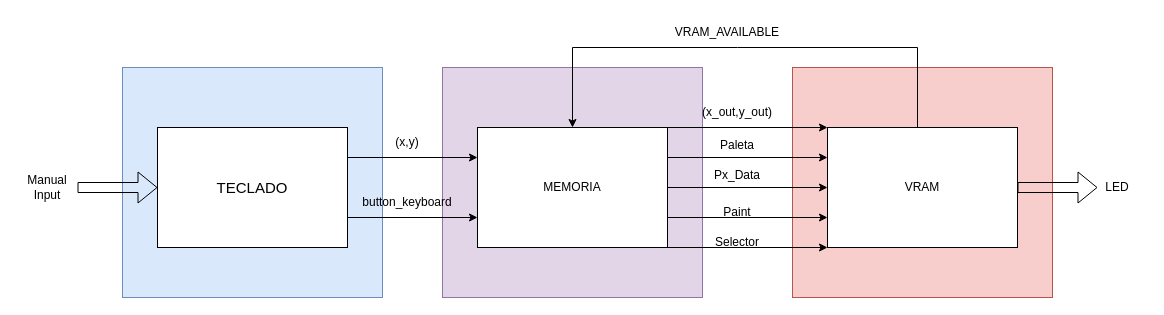
Earlier version of the draw.io diagram retro_paint/diagrams/distribucion.drawio (safehehe/PTSD1). Source tidied: cells renumbered, new cells numbered last; positions are measured from the earlier drawing's top-left corner, leaving out a move shared by most shapes. Both pictures are drawn from the tidied source at 100%, with x=0, y=0 at pixel (17, 17).
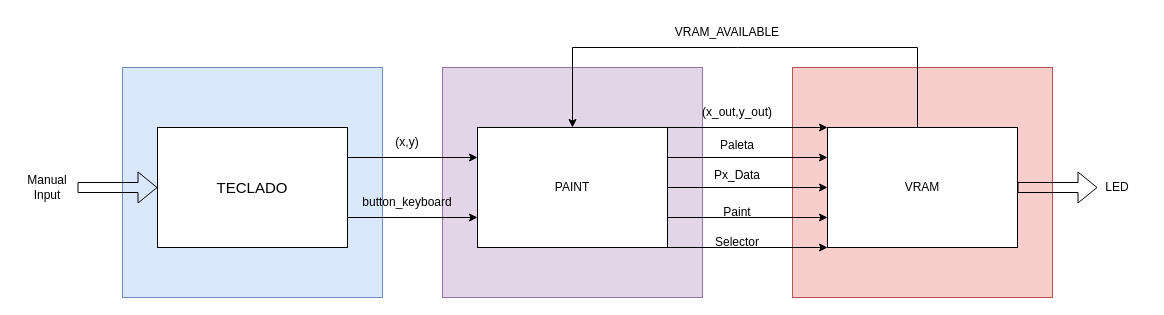
The same page after the edit.

The edit, as a diff of the source:
```diff
@@
-    <mxCell id="6" value="MEMORIA" style="rounded=0;whiteSpace=wrap;html=1;" parent="1" vertex="1">
+    <mxCell id="6" value="PAINT" style="rounded=0;whiteSpace=wrap;html=1;" parent="1" vertex="1">
       <mxGeometry x="460" y="110" width="190" height="120" as="geometry" />
     </mxCell>
```
